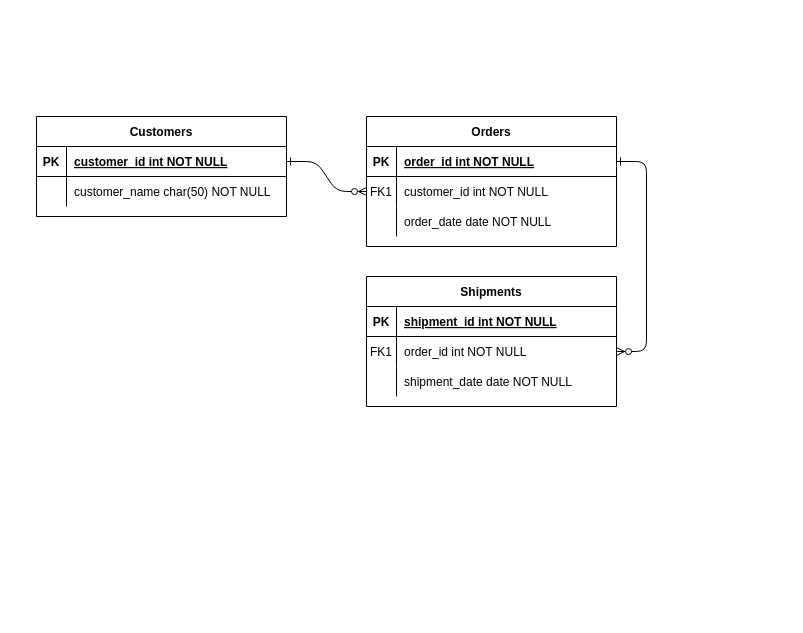
Before: diagrams/ERD-v1.drawio in madi906/chorequest, a draw.io diagram. Source tidied: cells renumbered, new cells numbered last; positions are measured from the earlier drawing's top-left corner, leaving out a move shared by most shapes. Both pictures are drawn from the tidied source at 100%, with x=0, y=0 at pixel (36, 116).
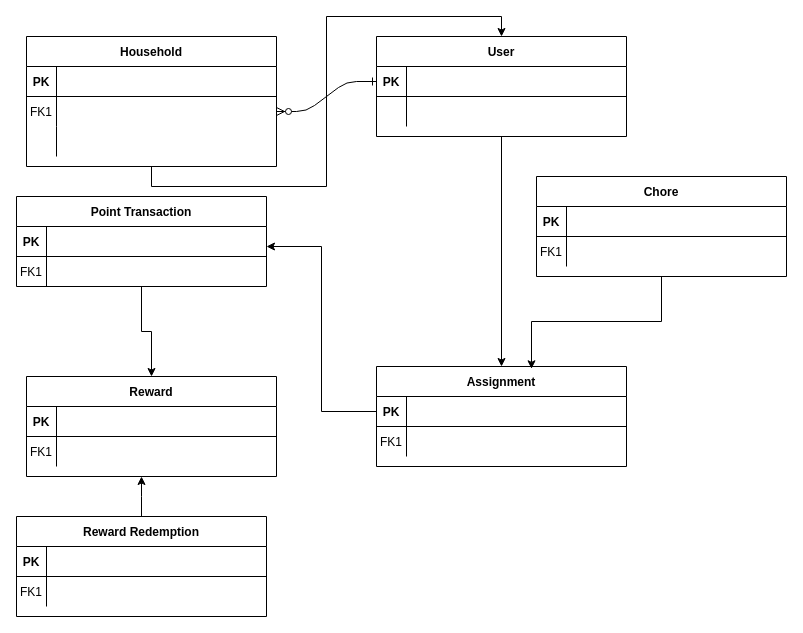
The same page after the edit.

Unchanged cells that the change refers to:
```xml
<mxCell id="5" style="shape=partialRectangle;fillColor=none;points=[[0,0.5],[1,0.5]];portConstraint=eastwest;top=0;left=0;right=0;bottom=1;" parent="4" vertex="1">
  <mxGeometry y="30" width="250" height="30" as="geometry" />
</mxCell>
<mxCell id="8" style="shape=partialRectangle;fillColor=none;points=[[0,0.5],[1,0.5]];portConstraint=eastwest;top=0;left=0;right=0;bottom=0;" parent="4" vertex="1">
  <mxGeometry y="60" width="250" height="30" as="geometry" />
</mxCell>
<mxCell id="11" style="shape=partialRectangle;fillColor=none;top=0;left=0;right=0;bottom=0;" parent="4" vertex="1">
  <mxGeometry y="90" width="250" height="30" as="geometry" />
</mxCell>
<mxCell id="15" style="shape=partialRectangle;fillColor=none;top=0;left=0;right=0;bottom=1;" parent="14" vertex="1">
  <mxGeometry y="30" width="250" height="30" as="geometry" />
</mxCell>
<mxCell id="18" style="shape=partialRectangle;fillColor=none;points=[[0,0.5],[1,0.5]];portConstraint=eastwest;top=0;left=0;right=0;bottom=0;" parent="14" vertex="1">
  <mxGeometry y="60" width="250" height="30" as="geometry" />
</mxCell>
<mxCell id="25" style="shape=partialRectangle;fillColor=none;points=[[0,0.5],[1,0.5]];portConstraint=eastwest;top=0;left=0;right=0;bottom=1;" parent="24" vertex="1">
  <mxGeometry y="30" width="250" height="30" as="geometry" />
</mxCell>
<mxCell id="28" style="shape=partialRectangle;fillColor=none;top=0;left=0;right=0;bottom=0;" parent="24" vertex="1">
  <mxGeometry y="60" width="250" height="30" as="geometry" />
</mxCell>
```

Change to the diagram source:
```diff
@@
-    <mxCell id="3" style="edgeStyle=entityRelationEdgeStyle;endArrow=ERzeroToMany;startArrow=ERone;endFill=1;startFill=0;" parent="1" edge="1" source="5" target="18">
-      <mxGeometry relative="1" as="geometry" />
-    </mxCell>
+    <mxCell id="31" style="edgeStyle=orthogonalEdgeStyle;rounded=0;jettySize=auto;html=1;exitX=0.5;exitY=1;exitDx=0;exitDy=0;entryX=0.5;entryY=0;entryDx=0;entryDy=0;" parent="1" edge="1" source="4" target="24">
+      <mxGeometry relative="1" as="geometry" />
+    </mxCell>
-    <mxCell id="4" value="Orders" style="shape=table;startSize=30;childLayout=tableLayout;rowLines=0;fontStyle=1;align=center;" parent="1" vertex="1">
-      <mxGeometry x="330" width="250" height="130" as="geometry" />
+    <mxCell id="4" value="Household" style="shape=table;startSize=30;childLayout=tableLayout;rowLines=0;fontStyle=1;align=center;" parent="1" vertex="1">
+      <mxGeometry x="-10" y="-80" width="250" height="130" as="geometry" />
     </mxCell>
@@
-    <mxCell id="7" value="order_id int NOT NULL " style="shape=partialRectangle;overflow=hidden;fillColor=none;top=0;left=0;bottom=0;right=0;align=left;spacingLeft=6;fontStyle=5;" parent="5" vertex="1">
+    <mxCell id="7" style="shape=partialRectangle;overflow=hidden;fillColor=none;top=0;left=0;bottom=0;right=0;align=left;spacingLeft=6;fontStyle=5;" parent="5" vertex="1">
       <mxGeometry x="30" width="220" height="30" as="geometry" />
     </mxCell>
@@
-    <mxCell id="10" value="customer_id int NOT NULL" style="shape=partialRectangle;overflow=hidden;fillColor=none;top=0;left=0;bottom=0;right=0;align=left;spacingLeft=6;" parent="8" vertex="1">
+    <mxCell id="10" style="shape=partialRectangle;overflow=hidden;fillColor=none;top=0;left=0;bottom=0;right=0;align=left;spacingLeft=6;" parent="8" vertex="1">
       <mxGeometry x="30" width="220" height="30" as="geometry" />
     </mxCell>
@@
-    <mxCell id="13" value="order_date date NOT NULL" style="shape=partialRectangle;overflow=hidden;fillColor=none;top=0;left=0;bottom=0;right=0;align=left;spacingLeft=6;" parent="11" vertex="1">
+    <mxCell id="13" style="shape=partialRectangle;overflow=hidden;fillColor=none;top=0;left=0;bottom=0;right=0;align=left;spacingLeft=6;" parent="11" vertex="1">
       <mxGeometry x="30" width="220" height="30" as="geometry" />
     </mxCell>
-    <mxCell id="14" value="Shipments" style="shape=table;startSize=30;childLayout=tableLayout;rowLines=0;fontStyle=1;align=center;" parent="1" vertex="1">
-      <mxGeometry x="330" y="160" width="250" height="130" as="geometry" />
+    <mxCell id="14" value="Chore" style="shape=table;startSize=30;childLayout=tableLayout;rowLines=0;fontStyle=1;align=center;" parent="1" vertex="1">
+      <mxGeometry x="500" y="60" width="250" height="100" as="geometry" />
     </mxCell>
@@
-    <mxCell id="17" value="shipment_id int NOT NULL " style="shape=partialRectangle;overflow=hidden;fillColor=none;top=0;left=0;bottom=0;right=0;align=left;spacingLeft=6;fontStyle=5;" parent="15" vertex="1">
+    <mxCell id="17" style="shape=partialRectangle;overflow=hidden;fillColor=none;top=0;left=0;bottom=0;right=0;align=left;spacingLeft=6;fontStyle=5;" parent="15" vertex="1">
       <mxGeometry x="30" width="220" height="30" as="geometry" />
     </mxCell>
@@
-    <mxCell id="20" value="order_id int NOT NULL" style="shape=partialRectangle;overflow=hidden;fillColor=none;top=0;left=0;bottom=0;right=0;align=left;spacingLeft=6;" parent="18" vertex="1">
+    <mxCell id="20" style="shape=partialRectangle;overflow=hidden;fillColor=none;top=0;left=0;bottom=0;right=0;align=left;spacingLeft=6;" parent="18" vertex="1">
       <mxGeometry x="30" width="220" height="30" as="geometry" />
     </mxCell>
-    <mxCell id="21" style="shape=partialRectangle;fillColor=none;top=0;left=0;right=0;bottom=0;" parent="14" vertex="1">
-      <mxGeometry y="90" width="250" height="30" as="geometry" />
-    </mxCell>
-    <mxCell id="22" style="shape=partialRectangle;overflow=hidden;fillColor=none;top=0;left=0;bottom=0;right=0;" parent="21" vertex="1">
-      <mxGeometry width="30" height="30" as="geometry" />
-    </mxCell>
-    <mxCell id="23" value="shipment_date date NOT NULL" style="shape=partialRectangle;overflow=hidden;fillColor=none;top=0;left=0;bottom=0;right=0;align=left;spacingLeft=6;" parent="21" vertex="1">
-      <mxGeometry x="30" width="220" height="30" as="geometry" />
-    </mxCell>
-    <mxCell id="24" value="Customers" style="shape=table;startSize=30;childLayout=tableLayout;rowLines=0;fontStyle=1;align=center;" parent="1" vertex="1">
-      <mxGeometry width="250" height="100" as="geometry" />
+    <mxCell id="24" value="User" style="shape=table;startSize=30;childLayout=tableLayout;rowLines=0;fontStyle=1;align=center;" parent="1" vertex="1">
+      <mxGeometry x="340" y="-80" width="250" height="100" as="geometry" />
     </mxCell>
@@
-    <mxCell id="27" value="customer_id int NOT NULL " style="shape=partialRectangle;overflow=hidden;fillColor=none;top=0;left=0;bottom=0;right=0;align=left;spacingLeft=6;fontStyle=5;" parent="25" vertex="1">
+    <mxCell id="27" style="shape=partialRectangle;overflow=hidden;fillColor=none;top=0;left=0;bottom=0;right=0;align=left;spacingLeft=6;fontStyle=5;" parent="25" vertex="1">
       <mxGeometry x="30" width="220" height="30" as="geometry" />
     </mxCell>
@@
-    <mxCell id="30" value="customer_name char(50) NOT NULL" style="shape=partialRectangle;overflow=hidden;fillColor=none;top=0;left=0;bottom=0;right=0;align=left;spacingLeft=6;" parent="28" vertex="1">
+    <mxCell id="30" style="shape=partialRectangle;overflow=hidden;fillColor=none;top=0;left=0;bottom=0;right=0;align=left;spacingLeft=6;" parent="28" vertex="1">
       <mxGeometry x="30" width="220" height="30" as="geometry" />
     </mxCell>
+    <mxCell id="32" value="Assignment" style="shape=table;startSize=30;childLayout=tableLayout;rowLines=0;fontStyle=1;align=center;" parent="1" vertex="1">
+      <mxGeometry x="340" y="250" width="250" height="100" as="geometry" />
+    </mxCell>
+    <mxCell id="33" style="shape=partialRectangle;fillColor=none;points=[[0,0.5],[1,0.5]];portConstraint=eastwest;top=0;left=0;right=0;bottom=1;" parent="32" vertex="1">
+      <mxGeometry y="30" width="250" height="30" as="geometry" />
+    </mxCell>
+    <mxCell id="34" value="PK" style="shape=partialRectangle;overflow=hidden;fillColor=none;top=0;left=0;bottom=0;right=0;fontStyle=1;" parent="33" vertex="1">
+      <mxGeometry width="30" height="30" as="geometry" />
+    </mxCell>
+    <mxCell id="35" style="shape=partialRectangle;overflow=hidden;fillColor=none;top=0;left=0;bottom=0;right=0;align=left;spacingLeft=6;fontStyle=5;" parent="33" vertex="1">
+      <mxGeometry x="30" width="220" height="30" as="geometry" />
+    </mxCell>
+    <mxCell id="36" style="shape=partialRectangle;fillColor=none;top=0;left=0;right=0;bottom=0;" parent="32" vertex="1">
+      <mxGeometry y="60" width="250" height="30" as="geometry" />
+    </mxCell>
+    <mxCell id="37" value="FK1" style="shape=partialRectangle;overflow=hidden;fillColor=none;top=0;left=0;bottom=0;right=0;" parent="36" vertex="1">
+      <mxGeometry width="30" height="30" as="geometry" />
+    </mxCell>
+    <mxCell id="38" style="shape=partialRectangle;overflow=hidden;fillColor=none;top=0;left=0;bottom=0;right=0;align=left;spacingLeft=6;" parent="36" vertex="1">
+      <mxGeometry x="30" width="220" height="30" as="geometry" />
+    </mxCell>
+    <mxCell id="39" style="edgeStyle=orthogonalEdgeStyle;rounded=0;jettySize=auto;html=1;" parent="1" edge="1" source="40" target="47">
+      <mxGeometry relative="1" as="geometry" />
+    </mxCell>
+    <mxCell id="40" value="Point Transaction" style="shape=table;startSize=30;childLayout=tableLayout;rowLines=0;fontStyle=1;align=center;" parent="1" vertex="1">
+      <mxGeometry x="-20" y="80" width="250" height="90" as="geometry" />
+    </mxCell>
+    <mxCell id="41" style="shape=partialRectangle;fillColor=none;points=[[0,0.5],[1,0.5]];portConstraint=eastwest;top=0;left=0;right=0;bottom=1;" parent="40" vertex="1">
+      <mxGeometry y="30" width="250" height="30" as="geometry" />
+    </mxCell>
+    <mxCell id="42" value="PK" style="shape=partialRectangle;overflow=hidden;fillColor=none;top=0;left=0;bottom=0;right=0;fontStyle=1;" parent="41" vertex="1">
+      <mxGeometry width="30" height="30" as="geometry" />
+    </mxCell>
+    <mxCell id="43" style="shape=partialRectangle;overflow=hidden;fillColor=none;top=0;left=0;bottom=0;right=0;align=left;spacingLeft=6;fontStyle=5;" parent="41" vertex="1">
+      <mxGeometry x="30" width="220" height="30" as="geometry" />
+    </mxCell>
+    <mxCell id="44" style="shape=partialRectangle;fillColor=none;top=0;left=0;right=0;bottom=0;" parent="40" vertex="1">
+      <mxGeometry y="60" width="250" height="30" as="geometry" />
+    </mxCell>
+    <mxCell id="45" value="FK1" style="shape=partialRectangle;overflow=hidden;fillColor=none;top=0;left=0;bottom=0;right=0;" parent="44" vertex="1">
+      <mxGeometry width="30" height="30" as="geometry" />
+    </mxCell>
+    <mxCell id="46" style="shape=partialRectangle;overflow=hidden;fillColor=none;top=0;left=0;bottom=0;right=0;align=left;spacingLeft=6;" parent="44" vertex="1">
+      <mxGeometry x="30" width="220" height="30" as="geometry" />
+    </mxCell>
+    <mxCell id="47" value="Reward" style="shape=table;startSize=30;childLayout=tableLayout;rowLines=0;fontStyle=1;align=center;" parent="1" vertex="1">
+      <mxGeometry x="-10" y="260" width="250" height="100" as="geometry" />
+    </mxCell>
+    <mxCell id="48" style="shape=partialRectangle;fillColor=none;top=0;left=0;right=0;bottom=1;" parent="47" vertex="1">
+      <mxGeometry y="30" width="250" height="30" as="geometry" />
+    </mxCell>
+    <mxCell id="49" value="PK" style="shape=partialRectangle;overflow=hidden;fillColor=none;top=0;left=0;bottom=0;right=0;fontStyle=1;" parent="48" vertex="1">
+      <mxGeometry width="30" height="30" as="geometry" />
+    </mxCell>
+    <mxCell id="50" style="shape=partialRectangle;overflow=hidden;fillColor=none;top=0;left=0;bottom=0;right=0;align=left;spacingLeft=6;fontStyle=5;" parent="48" vertex="1">
+      <mxGeometry x="30" width="220" height="30" as="geometry" />
+    </mxCell>
+    <mxCell id="51" style="shape=partialRectangle;fillColor=none;top=0;left=0;right=0;bottom=0;" parent="47" vertex="1">
+      <mxGeometry y="60" width="250" height="30" as="geometry" />
+    </mxCell>
+    <mxCell id="52" value="FK1" style="shape=partialRectangle;overflow=hidden;fillColor=none;top=0;left=0;bottom=0;right=0;" parent="51" vertex="1">
+      <mxGeometry width="30" height="30" as="geometry" />
+    </mxCell>
+    <mxCell id="53" style="shape=partialRectangle;overflow=hidden;fillColor=none;top=0;left=0;bottom=0;right=0;align=left;spacingLeft=6;" parent="51" vertex="1">
+      <mxGeometry x="30" width="220" height="30" as="geometry" />
+    </mxCell>
+    <mxCell id="54" style="edgeStyle=orthogonalEdgeStyle;rounded=0;jettySize=auto;html=1;exitX=0.5;exitY=0;exitDx=0;exitDy=0;" parent="1" edge="1" source="55">
+      <mxGeometry relative="1" as="geometry">
+        <mxPoint x="105" y="360" as="targetPoint" />
+      </mxGeometry>
+    </mxCell>
+    <mxCell id="55" value="Reward Redemption" style="shape=table;startSize=30;childLayout=tableLayout;rowLines=0;fontStyle=1;align=center;" parent="1" vertex="1">
+      <mxGeometry x="-20" y="400" width="250" height="100" as="geometry" />
+    </mxCell>
+    <mxCell id="56" style="shape=partialRectangle;fillColor=none;top=0;left=0;right=0;bottom=1;" parent="55" vertex="1">
+      <mxGeometry y="30" width="250" height="30" as="geometry" />
+    </mxCell>
+    <mxCell id="57" value="PK" style="shape=partialRectangle;overflow=hidden;fillColor=none;top=0;left=0;bottom=0;right=0;fontStyle=1;" parent="56" vertex="1">
+      <mxGeometry width="30" height="30" as="geometry" />
+    </mxCell>
+    <mxCell id="58" style="shape=partialRectangle;overflow=hidden;fillColor=none;top=0;left=0;bottom=0;right=0;align=left;spacingLeft=6;fontStyle=5;" parent="56" vertex="1">
+      <mxGeometry x="30" width="220" height="30" as="geometry" />
+    </mxCell>
+    <mxCell id="59" style="shape=partialRectangle;fillColor=none;top=0;left=0;right=0;bottom=0;" parent="55" vertex="1">
+      <mxGeometry y="60" width="250" height="30" as="geometry" />
+    </mxCell>
+    <mxCell id="60" value="FK1" style="shape=partialRectangle;overflow=hidden;fillColor=none;top=0;left=0;bottom=0;right=0;" parent="59" vertex="1">
+      <mxGeometry width="30" height="30" as="geometry" />
+    </mxCell>
+    <mxCell id="61" style="shape=partialRectangle;overflow=hidden;fillColor=none;top=0;left=0;bottom=0;right=0;align=left;spacingLeft=6;" parent="59" vertex="1">
+      <mxGeometry x="30" width="220" height="30" as="geometry" />
+    </mxCell>
+    <mxCell id="62" style="edgeStyle=orthogonalEdgeStyle;rounded=0;jettySize=auto;html=1;exitX=0.5;exitY=1;exitDx=0;exitDy=0;entryX=0.5;entryY=0;entryDx=0;entryDy=0;" parent="1" edge="1" source="24" target="32">
+      <mxGeometry relative="1" as="geometry" />
+    </mxCell>
+    <mxCell id="63" style="edgeStyle=orthogonalEdgeStyle;rounded=0;jettySize=auto;html=1;exitX=0.5;exitY=1;exitDx=0;exitDy=0;entryX=0.62;entryY=0.023;entryDx=0;entryDy=0;entryPerimeter=0;" parent="1" edge="1" source="14" target="32">
+      <mxGeometry relative="1" as="geometry" />
+    </mxCell>
+    <mxCell id="64" style="edgeStyle=orthogonalEdgeStyle;rounded=0;jettySize=auto;html=1;exitX=0;exitY=0.5;exitDx=0;exitDy=0;" parent="1" edge="1" source="33" target="41">
+      <mxGeometry relative="1" as="geometry">
+        <Array as="points">
+          <mxPoint x="285" y="295" />
+          <mxPoint x="285" y="130" />
+        </Array>
+      </mxGeometry>
+    </mxCell>
```
